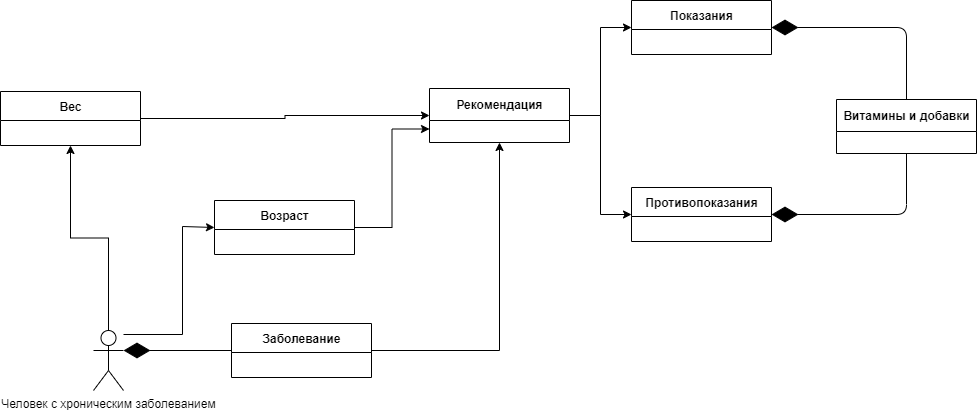
This is МодельПредметнойОбласти.png from Rost86rus/ExpertSystem, a draw.io export, as it was before one commit. Source tidied: cells renumbered, new cells last; positions are measured from the earlier drawing's top-left corner, leaving out a move shared by most shapes.
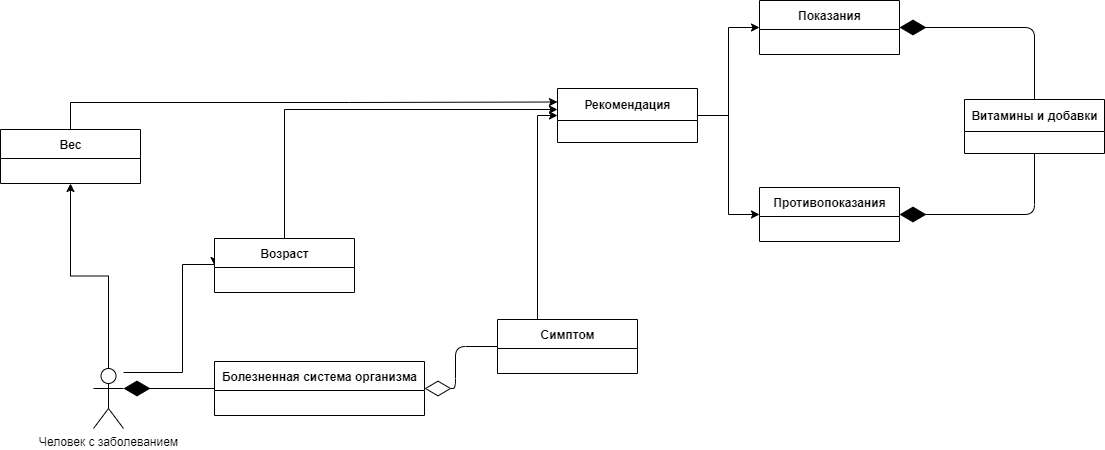
After the change.

What changed in the source:
```diff
@@ -2,11 +2,8 @@
   <root>
     <mxCell id="0" />
     <mxCell id="1" parent="0" />
-    <mxCell id="2" style="edgeStyle=orthogonalEdgeStyle;rounded=0;jettySize=auto;html=1;entryX=0.5;entryY=1;entryDx=0;entryDy=0;" parent="1" edge="1" source="3" target="9">
-      <mxGeometry relative="1" as="geometry" />
-    </mxCell>
-    <mxCell id="3" value="Заболевание" style="swimlane;fontStyle=1;align=center;verticalAlign=middle;horizontal=1;startSize=29;html=1;" parent="1" vertex="1">
-      <mxGeometry x="231" y="323" width="140" height="54" as="geometry" />
+    <mxCell id="3" value="Болезненная система организма" style="swimlane;fontStyle=1;align=center;verticalAlign=middle;horizontal=1;startSize=29;html=1;" parent="1" vertex="1">
+      <mxGeometry x="214" y="323" width="210" height="54" as="geometry" />
     </mxCell>
     <mxCell id="4" style="edgeStyle=orthogonalEdgeStyle;rounded=0;jettySize=auto;html=1;entryX=0.5;entryY=1;entryDx=0;entryDy=0;" parent="1" edge="1" source="6" target="11">
       <mxGeometry relative="1" as="geometry" />
@@ -19,7 +16,7 @@
         </Array>
       </mxGeometry>
     </mxCell>
-    <mxCell id="6" value="Человек с хроническим заболеванием" style="shape=umlActor;verticalLabelPosition=bottom;verticalAlign=top;html=1;outlineConnect=0;" parent="1" vertex="1">
+    <mxCell id="6" value="Человек с заболеванием" style="shape=umlActor;verticalLabelPosition=bottom;verticalAlign=top;html=1;outlineConnect=0;" parent="1" vertex="1">
       <mxGeometry x="93" y="330" width="30" height="60" as="geometry" />
     </mxCell>
     <mxCell id="7" style="edgeStyle=orthogonalEdgeStyle;rounded=0;jettySize=auto;html=1;entryX=0;entryY=0.5;entryDx=0;entryDy=0;" parent="1" edge="1" source="9" target="15">
@@ -29,45 +26,72 @@
       <mxGeometry relative="1" as="geometry" />
     </mxCell>
     <mxCell id="9" value="Рекомендация" style="swimlane;fontStyle=1;align=center;verticalAlign=middle;horizontal=1;startSize=32;html=1;" parent="1" vertex="1">
-      <mxGeometry x="429" y="88" width="140" height="54" as="geometry" />
+      <mxGeometry x="557" y="50" width="140" height="54" as="geometry" />
     </mxCell>
-    <mxCell id="10" style="edgeStyle=orthogonalEdgeStyle;rounded=0;jettySize=auto;html=1;entryX=0;entryY=0.5;entryDx=0;entryDy=0;" parent="1" edge="1" source="11" target="9">
-      <mxGeometry relative="1" as="geometry" />
+    <mxCell id="10" style="edgeStyle=orthogonalEdgeStyle;rounded=0;jettySize=auto;html=1;entryX=0;entryY=0.25;entryDx=0;entryDy=0;" parent="1" edge="1" source="11" target="9">
+      <mxGeometry relative="1" as="geometry">
+        <Array as="points">
+          <mxPoint x="70" y="64" />
+          <mxPoint x="349" y="64" />
+        </Array>
+      </mxGeometry>
     </mxCell>
     <mxCell id="11" value="Вес" style="swimlane;fontStyle=1;align=center;verticalAlign=middle;horizontal=1;startSize=29;html=1;" parent="1" vertex="1">
       <mxGeometry y="91" width="140" height="54" as="geometry" />
     </mxCell>
     <mxCell id="12" value="Противопоказания" style="swimlane;fontStyle=1;align=center;verticalAlign=middle;horizontal=1;startSize=29;html=1;" parent="1" vertex="1">
-      <mxGeometry x="631" y="187" width="140" height="54" as="geometry" />
+      <mxGeometry x="759" y="149" width="140" height="54" as="geometry" />
     </mxCell>
-    <mxCell id="13" style="edgeStyle=orthogonalEdgeStyle;rounded=0;jettySize=auto;html=1;entryX=0;entryY=0.75;entryDx=0;entryDy=0;" parent="1" edge="1" source="14" target="9">
-      <mxGeometry relative="1" as="geometry" />
+    <mxCell id="13" style="edgeStyle=orthogonalEdgeStyle;rounded=0;jettySize=auto;html=1;entryX=0;entryY=0.389;entryDx=0;entryDy=0;entryPerimeter=0;" parent="1" edge="1" source="14" target="9">
+      <mxGeometry relative="1" as="geometry">
+        <Array as="points">
+          <mxPoint x="284" y="71" />
+        </Array>
+      </mxGeometry>
     </mxCell>
     <mxCell id="14" value="Возраст" style="swimlane;fontStyle=1;align=center;verticalAlign=middle;horizontal=1;startSize=29;html=1;" parent="1" vertex="1">
       <mxGeometry x="214" y="200" width="140" height="54" as="geometry" />
     </mxCell>
     <mxCell id="15" value="Показания" style="swimlane;fontStyle=1;align=center;verticalAlign=middle;horizontal=1;startSize=29;html=1;" parent="1" vertex="1">
-      <mxGeometry x="631" width="140" height="54" as="geometry" />
+      <mxGeometry x="759" y="-38" width="140" height="54" as="geometry" />
     </mxCell>
     <mxCell id="16" style="endArrow=diamondThin;endFill=1;endSize=24;html=1;entryX=1;entryY=0.3333333333333333;entryDx=0;entryDy=0;entryPerimeter=0;exitX=0;exitY=0.5;exitDx=0;exitDy=0;" parent="1" edge="1" source="3" target="6">
       <mxGeometry relative="1" as="geometry" />
     </mxCell>
     <mxCell id="17" value="Витамины и добавки" style="swimlane;fontStyle=1;align=center;verticalAlign=middle;horizontal=1;startSize=32;html=1;" parent="1" vertex="1">
-      <mxGeometry x="836" y="99" width="140" height="54" as="geometry" />
+      <mxGeometry x="964" y="61" width="140" height="54" as="geometry" />
     </mxCell>
     <mxCell id="18" style="endArrow=diamondThin;endFill=1;endSize=24;html=1;entryX=1;entryY=0.5;entryDx=0;entryDy=0;exitX=0.5;exitY=0;exitDx=0;exitDy=0;" parent="1" edge="1" source="17" target="15">
       <mxGeometry relative="1" as="geometry">
         <Array as="points">
-          <mxPoint x="906" y="27" />
+          <mxPoint x="1034" y="-11" />
         </Array>
       </mxGeometry>
     </mxCell>
     <mxCell id="19" style="endArrow=diamondThin;endFill=1;endSize=24;html=1;entryX=1;entryY=0.5;entryDx=0;entryDy=0;exitX=0.5;exitY=1;exitDx=0;exitDy=0;" parent="1" edge="1" source="17" target="12">
       <mxGeometry relative="1" as="geometry">
         <Array as="points">
-          <mxPoint x="906" y="214" />
+          <mxPoint x="1034" y="176" />
         </Array>
       </mxGeometry>
     </mxCell>
+    <mxCell id="20" style="edgeStyle=orthogonalEdgeStyle;rounded=0;jettySize=auto;html=1;entryX=0;entryY=0.5;entryDx=0;entryDy=0;" parent="1" edge="1" source="21" target="9">
+      <mxGeometry relative="1" as="geometry">
+        <Array as="points">
+          <mxPoint x="537" y="77" />
+        </Array>
+      </mxGeometry>
+    </mxCell>
+    <mxCell id="21" value="Симптом" style="swimlane;fontStyle=1;align=center;verticalAlign=middle;horizontal=1;startSize=29;html=1;" parent="1" vertex="1">
+      <mxGeometry x="497" y="281" width="140" height="54" as="geometry" />
+    </mxCell>
+    <mxCell id="22" style="endArrow=diamondThin;endFill=0;endSize=24;html=1;entryX=1;entryY=0.5;entryDx=0;entryDy=0;exitX=0;exitY=0.5;exitDx=0;exitDy=0;" parent="1" edge="1" source="21" target="3">
+      <mxGeometry relative="1" as="geometry">
+        <Array as="points">
+          <mxPoint x="455" y="308" />
+          <mxPoint x="455" y="350" />
+        </Array>
+      </mxGeometry>
+    </mxCell>
   </root>
 </mxGraphModel>
```
